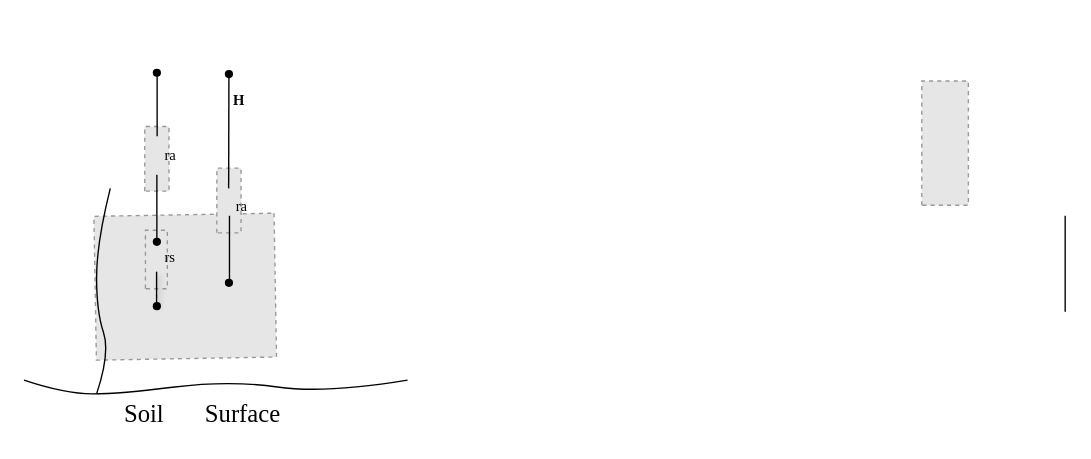
Before: page "SW/ PM" (2 of 2) of figure_twosourcesmodel.drawio in Saraherz/biblio, a draw.io diagram. Source tidied: cells renumbered, new cells numbered last; positions are measured from the earlier drawing's top-left corner, leaving out a move shared by most shapes. Both pictures are drawn from the tidied source at 137%, with x=0, y=0 at pixel (23, 59). Pictures stored in the file or linked from it are replaced by grey dashed boxes.
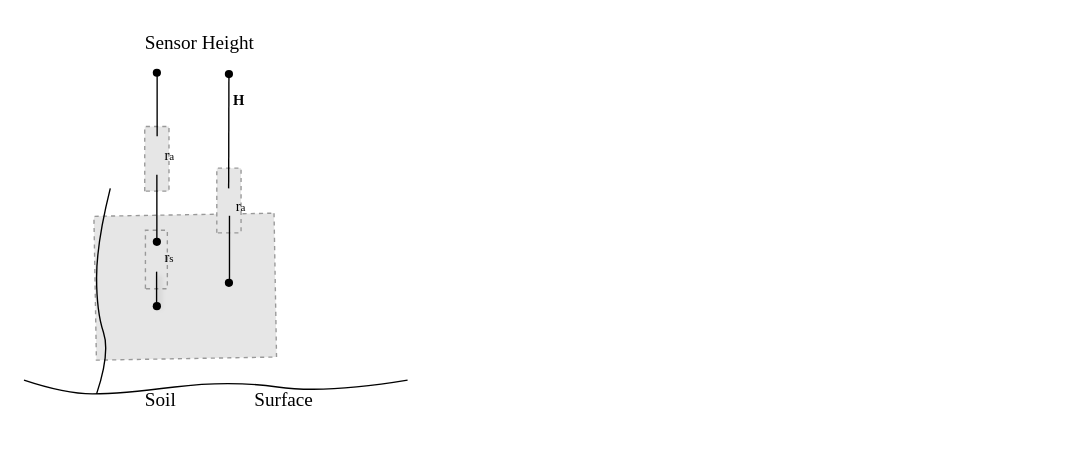
The same page after the edit.

Commit message (it also covers changes not shown here):
Mettre à jour figure_twosourcesmodel.drawio

Diff of the diagram source:
```diff
@@
-    <mxCell id="4" value="&lt;font style=&quot;font-size: 18px;&quot; face=&quot;Times New Roman&quot;&gt;Surface&lt;/font&gt;" style="text;html=1;align=center;verticalAlign=middle;whiteSpace=wrap;rounded=0;" parent="1" vertex="1">
-      <mxGeometry x="130" y="244" width="60" height="30" as="geometry" />
+    <mxCell id="4" value="&lt;font style=&quot;font-size: 14px;&quot; face=&quot;Times New Roman&quot;&gt;Surface&lt;/font&gt;" style="text;html=1;align=center;verticalAlign=middle;whiteSpace=wrap;rounded=0;" parent="1" vertex="1">
+      <mxGeometry x="159.6" y="234" width="60" height="30" as="geometry" />
     </mxCell>
-    <mxCell id="5" value="&lt;font style=&quot;font-size: 18px;&quot; face=&quot;Times New Roman&quot;&gt;Soil&lt;/font&gt;" style="text;html=1;align=center;verticalAlign=middle;whiteSpace=wrap;rounded=0;" parent="1" vertex="1">
-      <mxGeometry x="58" y="244" width="60" height="30" as="geometry" />
+    <mxCell id="5" value="&lt;font style=&quot;font-size: 14px;&quot; face=&quot;Times New Roman&quot;&gt;Soil&lt;/font&gt;" style="text;html=1;align=center;verticalAlign=middle;whiteSpace=wrap;rounded=0;" parent="1" vertex="1">
+      <mxGeometry x="70" y="234" width="60" height="30" as="geometry" />
     </mxCell>
-    <mxCell id="6" style="fillColor=#E6E6E6;strokeColor=#999999;dashed=1;verticalLabelPosition=bottom;labelBackgroundColor=default;verticalAlign=top;rotation=-90;" parent="1" vertex="1">
-      <mxGeometry x="627" y="44" width="90.7" height="34" as="geometry" />
-    </mxCell>
-    <mxCell id="7" style="endArrow=none;html=1;rounded=0;" parent="1" edge="1">
-      <mxGeometry relative="1" as="geometry">
-        <mxPoint x="760" y="184" as="sourcePoint" />
-        <mxPoint x="760" y="114" as="targetPoint" />
-      </mxGeometry>
-    </mxCell>
@@
-    <mxCell id="21" value="&lt;b style=&quot;font-weight:normal;&quot; id=&quot;docs-internal-guid-4d5f2127-7fff-94e0-1cf0-b8977cac49ba&quot;&gt;&lt;span style=&quot;font-size: 8pt; font-family: &amp;quot;Palatino Linotype&amp;quot;, serif; color: rgb(0, 0, 0); background-color: transparent; font-weight: 400; font-style: normal; font-variant: normal; text-decoration: none; vertical-align: baseline; white-space: pre-wrap;&quot;&gt;rs&lt;/span&gt;&lt;/b&gt;" style="text;whiteSpace=wrap;html=1;" parent="1" vertex="1">
+    <mxCell id="21" value="&lt;b style=&quot;font-weight:normal;&quot; id=&quot;docs-internal-guid-4d5f2127-7fff-94e0-1cf0-b8977cac49ba&quot;&gt;&lt;span style=&quot;font-size: 8pt; font-family: &amp;quot;Palatino Linotype&amp;quot;, serif; color: rgb(0, 0, 0); background-color: transparent; font-weight: 400; font-style: normal; font-variant: normal; text-decoration: none; vertical-align: baseline; white-space: pre-wrap;&quot;&gt;r&lt;/span&gt;&lt;span style=&quot;font-family: &amp;quot;Palatino Linotype&amp;quot;, serif; color: rgb(0, 0, 0); background-color: transparent; font-weight: 400; font-style: normal; font-variant: normal; text-decoration: none; vertical-align: baseline; white-space: pre-wrap;&quot;&gt;&lt;font style=&quot;font-size: 8px;&quot;&gt;s&lt;/font&gt;&lt;/span&gt;&lt;/b&gt;" style="text;whiteSpace=wrap;html=1;" parent="1" vertex="1">
       <mxGeometry x="100.6" y="129.9" width="20" height="30" as="geometry" />
     </mxCell>
-    <mxCell id="22" value="&lt;b style=&quot;font-weight:normal;&quot; id=&quot;docs-internal-guid-4d5f2127-7fff-94e0-1cf0-b8977cac49ba&quot;&gt;&lt;span style=&quot;font-size: 8pt; font-family: &amp;quot;Palatino Linotype&amp;quot;, serif; color: rgb(0, 0, 0); background-color: transparent; font-weight: 400; font-style: normal; font-variant: normal; text-decoration: none; vertical-align: baseline; white-space: pre-wrap;&quot;&gt;ra&lt;/span&gt;&lt;/b&gt;" style="text;whiteSpace=wrap;html=1;" parent="1" vertex="1">
+    <mxCell id="22" value="&lt;b style=&quot;font-weight:normal;&quot; id=&quot;docs-internal-guid-4d5f2127-7fff-94e0-1cf0-b8977cac49ba&quot;&gt;&lt;span style=&quot;font-size: 8pt; font-family: &amp;quot;Palatino Linotype&amp;quot;, serif; color: rgb(0, 0, 0); background-color: transparent; font-weight: 400; font-style: normal; font-variant: normal; text-decoration: none; vertical-align: baseline; white-space: pre-wrap;&quot;&gt;r&lt;/span&gt;&lt;span style=&quot;font-family: &amp;quot;Palatino Linotype&amp;quot;, serif; color: rgb(0, 0, 0); background-color: transparent; font-weight: 400; font-style: normal; font-variant: normal; text-decoration: none; vertical-align: baseline; white-space: pre-wrap;&quot;&gt;&lt;font style=&quot;font-size: 8px;&quot;&gt;a&lt;/font&gt;&lt;/span&gt;&lt;/b&gt;" style="text;whiteSpace=wrap;html=1;" parent="1" vertex="1">
       <mxGeometry x="100.6" y="55.9" width="20" height="30" as="geometry" />
     </mxCell>
-    <mxCell id="23" value="&lt;b style=&quot;font-weight:normal;&quot; id=&quot;docs-internal-guid-4d5f2127-7fff-94e0-1cf0-b8977cac49ba&quot;&gt;&lt;span style=&quot;font-size: 8pt; font-family: &amp;quot;Palatino Linotype&amp;quot;, serif; color: rgb(0, 0, 0); background-color: transparent; font-weight: 400; font-style: normal; font-variant: normal; text-decoration: none; vertical-align: baseline; white-space: pre-wrap;&quot;&gt;ra&lt;/span&gt;&lt;/b&gt;" style="text;whiteSpace=wrap;html=1;" parent="1" vertex="1">
+    <mxCell id="23" value="&lt;b style=&quot;font-weight:normal;&quot; id=&quot;docs-internal-guid-4d5f2127-7fff-94e0-1cf0-b8977cac49ba&quot;&gt;&lt;span style=&quot;font-size: 8pt; font-family: &amp;quot;Palatino Linotype&amp;quot;, serif; color: rgb(0, 0, 0); background-color: transparent; font-weight: 400; font-style: normal; font-variant: normal; text-decoration: none; vertical-align: baseline; white-space: pre-wrap;&quot;&gt;r&lt;/span&gt;&lt;span style=&quot;font-family: &amp;quot;Palatino Linotype&amp;quot;, serif; color: rgb(0, 0, 0); background-color: transparent; font-weight: 400; font-style: normal; font-variant: normal; text-decoration: none; vertical-align: baseline; white-space: pre-wrap;&quot;&gt;&lt;font style=&quot;font-size: 8px;&quot;&gt;a&lt;/font&gt;&lt;/span&gt;&lt;/b&gt;" style="text;whiteSpace=wrap;html=1;" parent="1" vertex="1">
       <mxGeometry x="153.2" y="93" width="20" height="30" as="geometry" />
     </mxCell>
@@
-    <mxCell id="26" value="&lt;span id=&quot;docs-internal-guid-3c458857-7fff-cdd6-4405-d9959158fef8&quot;&gt;&amp;nbsp;&lt;/span&gt;" style="text;whiteSpace=wrap;html=1;" parent="1" vertex="1">
-      <mxGeometry x="75.3" y="15.6" width="20" height="30" as="geometry" />
-    </mxCell>
+    <mxCell id="27" value="&lt;font style=&quot;font-size: 14px;&quot; face=&quot;Times New Roman&quot;&gt;Sensor Height&lt;/font&gt;" style="text;html=1;align=center;verticalAlign=middle;whiteSpace=wrap;rounded=0;" parent="1" vertex="1">
+      <mxGeometry x="60.2" y="-26.4" width="136.8" height="30" as="geometry" />
+    </mxCell>
```
